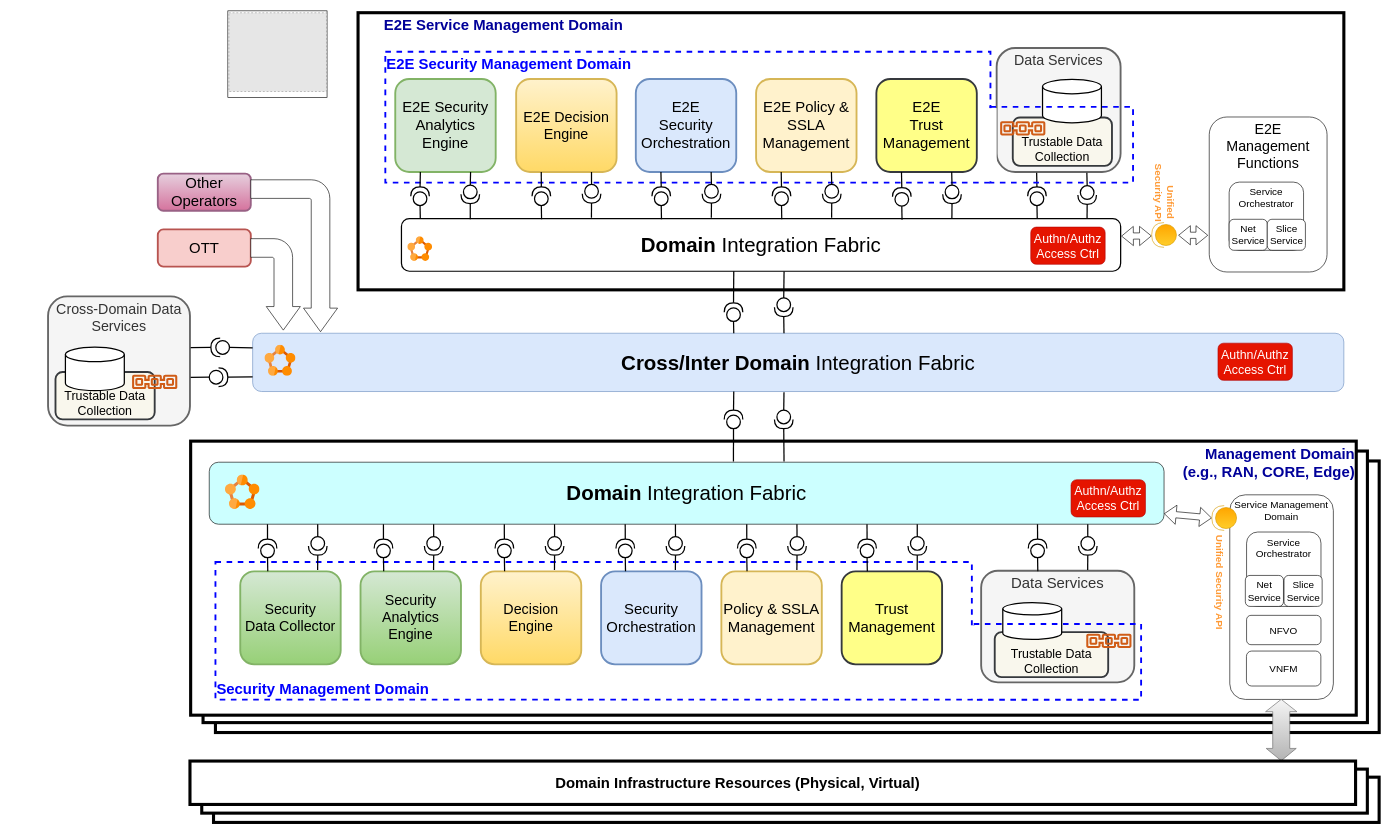
This is page "MultiDomain_V2" (1 of 2) of Architecture2.drawio from INSPIRE-5Gplus/inspire5gpluswp2architecture, a draw.io file, before an edit. Source tidied: cells renumbered, new cells numbered last; positions are measured from the earlier drawing's top-left corner, leaving out a move shared by most shapes. Both pictures are drawn from the tidied source at 62%, with x=0, y=0 at pixel (11, 11). Pictures stored in the file or linked from it are replaced by grey dashed boxes.
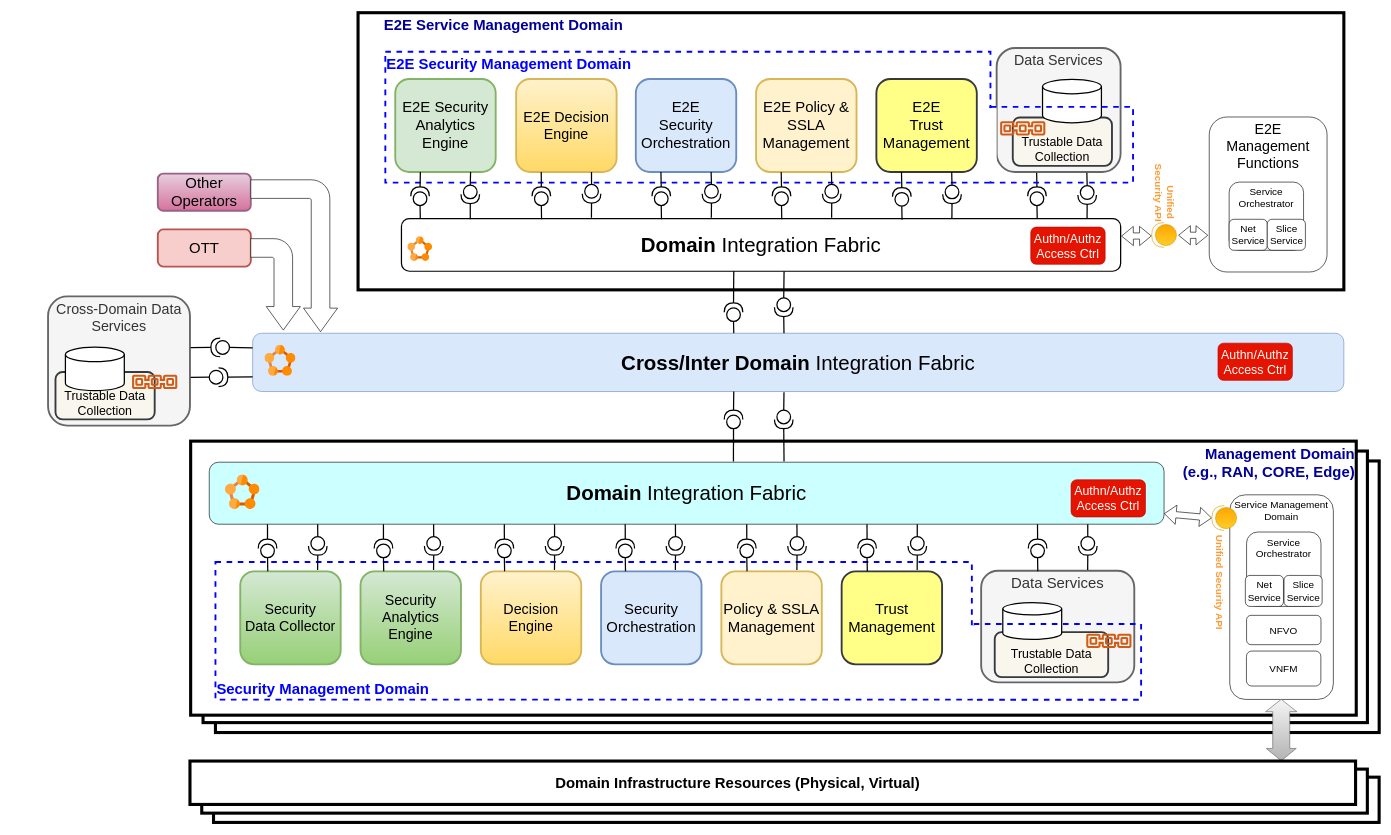
Above is the later version.

The edit, as a diff of the source:
```diff
@@
-    <mxCell id="197" style="group;" parent="1" vertex="1">
-      <mxGeometry x="350" width="160" height="140" as="geometry" />
-    </mxCell>
-    <mxCell id="198" style="rounded=0;whiteSpace=wrap;html=1;strokeColor=#000000;" parent="197" vertex="1">
-      <mxGeometry width="160" height="140" as="geometry" />
-    </mxCell>
-    <mxCell id="199" style="fillColor=#E6E6E6;strokeColor=#999999;dashed=1;verticalLabelPosition=bottom;verticalAlign=top;fontSize=25;align=right;" parent="197" vertex="1">
-      <mxGeometry x="1.7" y="3.1" width="157.4" height="127" as="geometry" />
-    </mxCell>
```
